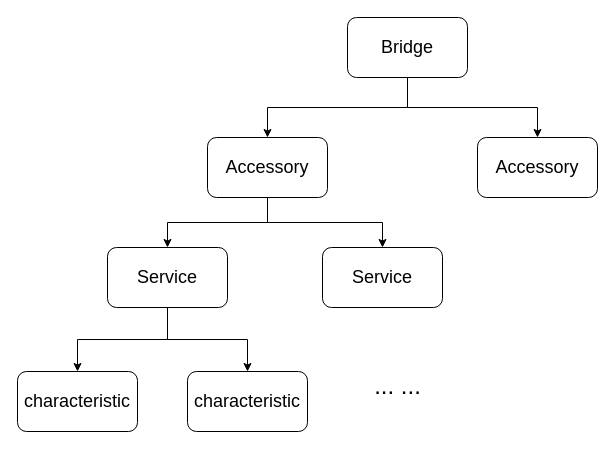
The draw.io diagram LightBulb/Homekit架构.drawio in foggyhlw/homekit-diy, before the edit. Source tidied: cells renumbered, new cells numbered last; positions are measured from the earlier drawing's top-left corner, leaving out a move shared by most shapes. Both pictures are drawn from the tidied source at 100%, with x=0, y=0 at pixel (17, 17).
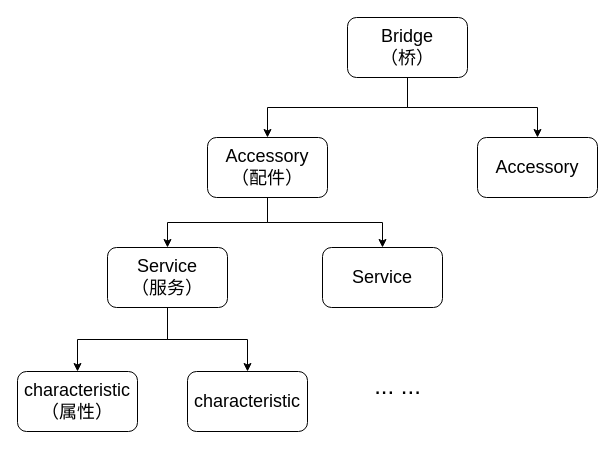
After the change.

What changed in the source:
```diff
@@
 <mxGraphModel>
   <root>
     <mxCell id="0" />
     <mxCell id="1" parent="0" />
     <mxCell id="2" style="edgeStyle=orthogonalEdgeStyle;rounded=0;jettySize=auto;html=1;entryX=0.5;entryY=0;entryDx=0;entryDy=0;fontSize=18;" parent="1" edge="1" source="4" target="7">
       <mxGeometry relative="1" as="geometry" />
     </mxCell>
     <mxCell id="3" style="edgeStyle=orthogonalEdgeStyle;rounded=0;jettySize=auto;html=1;exitX=0.5;exitY=1;exitDx=0;exitDy=0;entryX=0.5;entryY=0;entryDx=0;entryDy=0;fontSize=18;" parent="1" edge="1" source="4" target="8">
       <mxGeometry relative="1" as="geometry" />
     </mxCell>
-    <mxCell id="4" value="&lt;font style=&quot;font-size: 18px;&quot;&gt;Accessory&lt;/font&gt;" style="rounded=1;whiteSpace=wrap;html=1;" parent="1" vertex="1">
+    <mxCell id="4" value="&lt;font style=&quot;font-size: 18px;&quot;&gt;Accessory&lt;br&gt;（配件）&lt;br&gt;&lt;/font&gt;" style="rounded=1;whiteSpace=wrap;html=1;" parent="1" vertex="1">
       <mxGeometry x="190" y="120" width="120" height="60" as="geometry" />
     </mxCell>
     <mxCell id="5" style="edgeStyle=orthogonalEdgeStyle;rounded=0;jettySize=auto;html=1;entryX=0.5;entryY=0;entryDx=0;entryDy=0;fontSize=18;" parent="1" edge="1" source="7" target="9">
       <mxGeometry relative="1" as="geometry" />
     </mxCell>
     <mxCell id="6" style="edgeStyle=orthogonalEdgeStyle;rounded=0;jettySize=auto;html=1;exitX=0.5;exitY=1;exitDx=0;exitDy=0;entryX=0.5;entryY=0;entryDx=0;entryDy=0;fontSize=18;" parent="1" edge="1" source="7" target="10">
       <mxGeometry relative="1" as="geometry" />
     </mxCell>
-    <mxCell id="7" value="&lt;font style=&quot;font-size: 18px;&quot;&gt;Service&lt;/font&gt;" style="rounded=1;whiteSpace=wrap;html=1;" parent="1" vertex="1">
+    <mxCell id="7" value="&lt;font style=&quot;font-size: 18px;&quot;&gt;Service&lt;br&gt;（服务）&lt;br&gt;&lt;/font&gt;" style="rounded=1;whiteSpace=wrap;html=1;" parent="1" vertex="1">
       <mxGeometry x="90" y="230" width="120" height="60" as="geometry" />
     </mxCell>
     <mxCell id="8" value="&lt;font style=&quot;font-size: 18px;&quot;&gt;Service&lt;/font&gt;" style="rounded=1;whiteSpace=wrap;html=1;" parent="1" vertex="1">
       <mxGeometry x="305" y="230" width="120" height="60" as="geometry" />
     </mxCell>
-    <mxCell id="9" value="&lt;font style=&quot;font-size: 18px;&quot;&gt;characteristic&lt;/font&gt;" style="rounded=1;whiteSpace=wrap;html=1;" parent="1" vertex="1">
+    <mxCell id="9" value="&lt;font style=&quot;font-size: 18px;&quot;&gt;characteristic&lt;br&gt;（属性）&lt;br&gt;&lt;/font&gt;" style="rounded=1;whiteSpace=wrap;html=1;" parent="1" vertex="1">
       <mxGeometry y="354" width="120" height="60" as="geometry" />
     </mxCell>
     <mxCell id="10" value="&lt;font style=&quot;font-size: 18px;&quot;&gt;characteristic&lt;/font&gt;" style="rounded=1;whiteSpace=wrap;html=1;" parent="1" vertex="1">
       <mxGeometry x="170" y="354" width="120" height="60" as="geometry" />
     </mxCell>
     <mxCell id="11" value="&lt;font style=&quot;font-size: 18px;&quot;&gt;Accessory&lt;/font&gt;" style="rounded=1;whiteSpace=wrap;html=1;" parent="1" vertex="1">
       <mxGeometry x="460" y="120" width="120" height="60" as="geometry" />
     </mxCell>
     <mxCell id="12" style="edgeStyle=orthogonalEdgeStyle;rounded=0;jettySize=auto;html=1;exitX=0.5;exitY=1;exitDx=0;exitDy=0;entryX=0.5;entryY=0;entryDx=0;entryDy=0;fontSize=18;" parent="1" edge="1" source="14" target="4">
       <mxGeometry relative="1" as="geometry" />
     </mxCell>
     <mxCell id="13" style="edgeStyle=orthogonalEdgeStyle;rounded=0;jettySize=auto;html=1;exitX=0.5;exitY=1;exitDx=0;exitDy=0;fontSize=18;" parent="1" edge="1" source="14" target="11">
       <mxGeometry relative="1" as="geometry" />
     </mxCell>
-    <mxCell id="14" value="Bridge" style="rounded=1;whiteSpace=wrap;html=1;fontSize=18;" parent="1" vertex="1">
+    <mxCell id="14" value="Bridge&lt;br&gt;（桥）" style="rounded=1;whiteSpace=wrap;html=1;fontSize=18;" parent="1" vertex="1">
       <mxGeometry x="330" width="120" height="60" as="geometry" />
     </mxCell>
     <mxCell id="15" value="&lt;font style=&quot;font-size: 24px;&quot;&gt;... ...&lt;/font&gt;" style="text;html=1;align=center;verticalAlign=middle;fillColor=none;strokeColor=none;rounded=0;fontSize=18;" parent="1" vertex="1">
       <mxGeometry x="350" y="354" width="60" height="30" as="geometry" />
     </mxCell>
   </root>
 </mxGraphModel>
```
